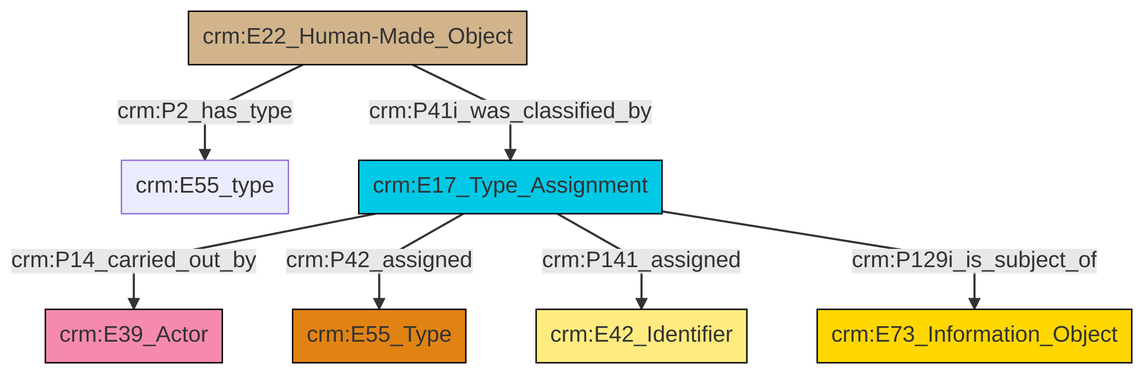
This is et/builtWorkCSV/ttl/mmd/png/Built_Work_designation_status.png from swiss-art-research-net/docs.swissartresearch, a Mermaid export, as it was before one commit. Its source is kept beside it as et/builtWorkCSV/ttl/mmd/Built_Work_designation_status.ttl.mmd.
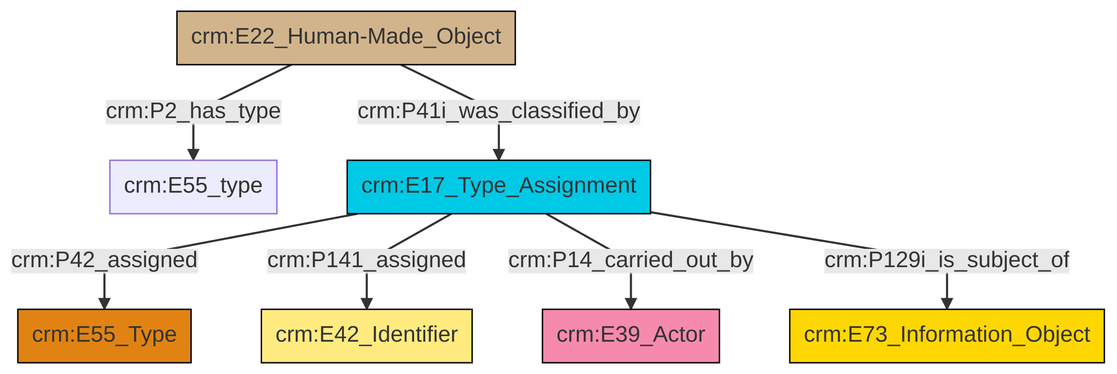
After the change.

Diff of the diagram source:
```diff
@@ -13,9 +13,9 @@
 classDef PC_Classes fill:#4ce600, stroke:#000000;
 classDef Multi fill:#cccccc,stroke:#000000;
 
-8["crm:E22_Human-Made_Object"]:::Physical_Thing -->|crm:P2_has_type| 9["crm:E55_type"]:::Default
-8["crm:E22_Human-Made_Object"]:::Physical_Thing -->|crm:P41i_was_classified_by| 10["crm:E17_Type_Assignment"]:::Temporal_Entity
-10["crm:E17_Type_Assignment"]:::Temporal_Entity -->|crm:P14_carried_out_by| 6["crm:E39_Actor"]:::Actor
-10["crm:E17_Type_Assignment"]:::Temporal_Entity -->|crm:P42_assigned| 2["crm:E55_Type"]:::Type
-10["crm:E17_Type_Assignment"]:::Temporal_Entity -->|crm:P141_assigned| 0["crm:E42_Identifier"]:::Appellation
-10["crm:E17_Type_Assignment"]:::Temporal_Entity -->|crm:P129i_is_subject_of| 4["crm:E73_Information_Object"]:::Conceptual_Object
+2["crm:E22_Human-Made_Object"]:::Physical_Thing -->|crm:P2_has_type| 3["crm:E55_type"]:::Default
+2["crm:E22_Human-Made_Object"]:::Physical_Thing -->|crm:P41i_was_classified_by| 6["crm:E17_Type_Assignment"]:::Temporal_Entity
+6["crm:E17_Type_Assignment"]:::Temporal_Entity -->|crm:P42_assigned| 7["crm:E55_Type"]:::Type
+6["crm:E17_Type_Assignment"]:::Temporal_Entity -->|crm:P141_assigned| 8["crm:E42_Identifier"]:::Appellation
+6["crm:E17_Type_Assignment"]:::Temporal_Entity -->|crm:P14_carried_out_by| 11["crm:E39_Actor"]:::Actor
+6["crm:E17_Type_Assignment"]:::Temporal_Entity -->|crm:P129i_is_subject_of| 0["crm:E73_Information_Object"]:::Conceptual_Object
```
